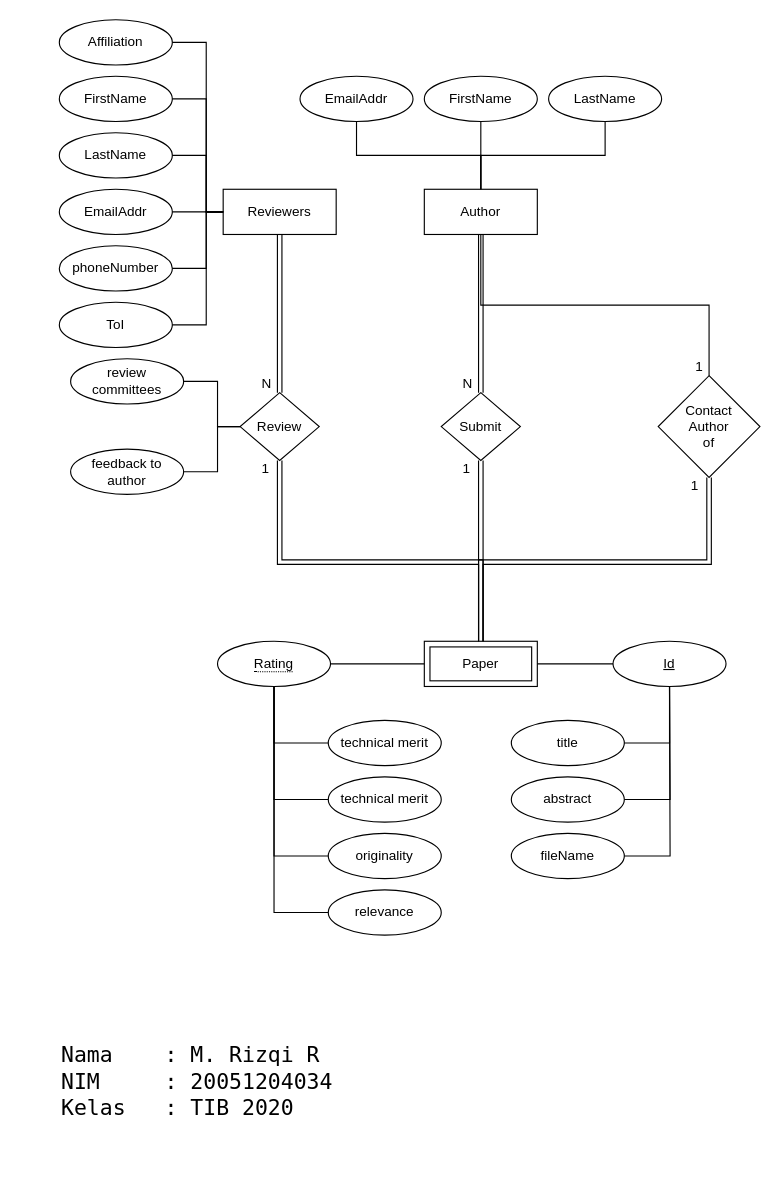
Rizqirazkafi/kuliah-y2 keeps this draw.io diagram as basis-data/Tugas BD 1.drawio. Above is the earlier version. Source tidied: cells renumbered, new cells numbered last; positions are measured from the earlier drawing's top-left corner, leaving out a move shared by most shapes. Both pictures are drawn from the tidied source at 113%, with x=0, y=0 at pixel (59, 19).
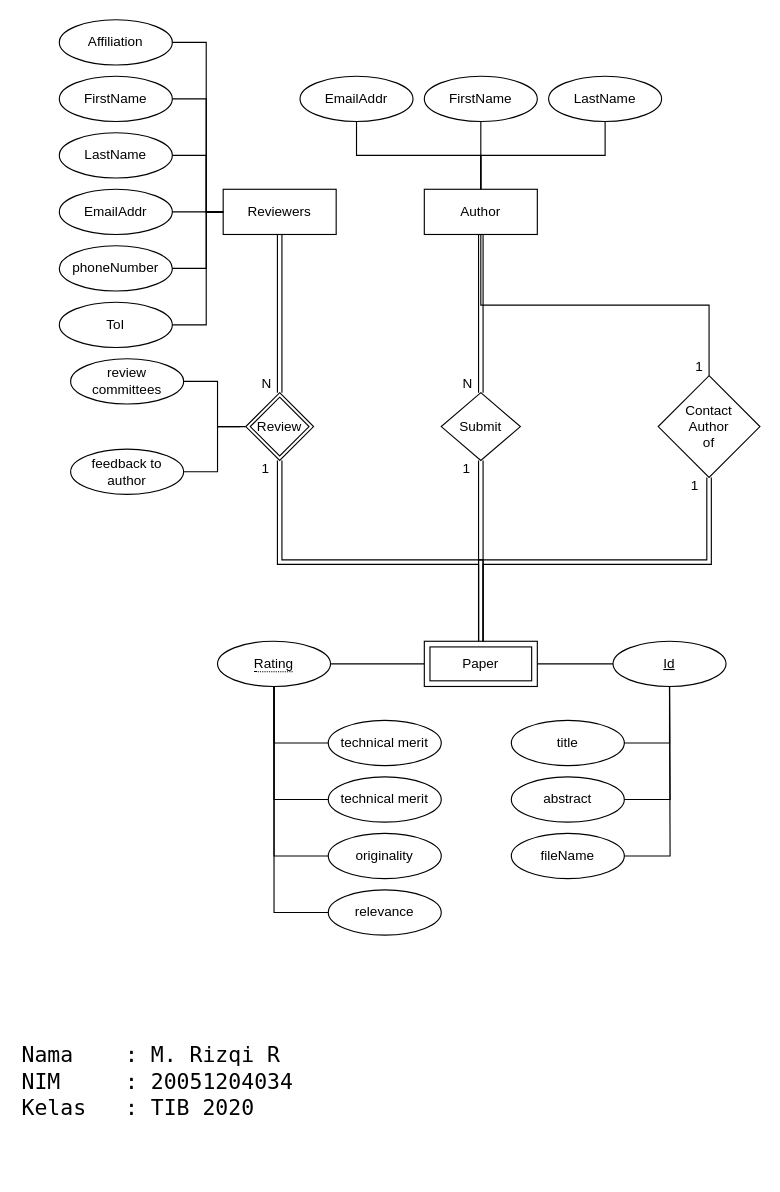
The same page after the edit.

Unchanged cells that the change refers to:
```xml
<mxCell id="34" value="review committees" style="ellipse;whiteSpace=wrap;html=1;align=center;" parent="1" vertex="1">
  <mxGeometry x="10" y="300" width="100" height="40" as="geometry" />
</mxCell>
<mxCell id="35" value="feedback to author" style="ellipse;whiteSpace=wrap;html=1;align=center;" parent="1" vertex="1">
  <mxGeometry x="10" y="380" width="100" height="40" as="geometry" />
</mxCell>
```

What changed in the source:
```diff
@@
-    <mxCell id="20" value="&lt;div&gt;Review&lt;/div&gt;" style="shape=rhombus;perimeter=rhombusPerimeter;whiteSpace=wrap;html=1;align=center;" parent="1" vertex="1">
-      <mxGeometry x="160" y="330" width="70" height="60" as="geometry" />
-    </mxCell>
@@
-    <mxCell id="36" style="endArrow=none;html=1;rounded=0;exitX=1;exitY=0.5;exitDx=0;exitDy=0;entryX=0;entryY=0.5;entryDx=0;entryDy=0;edgeStyle=orthogonalEdgeStyle;" parent="1" edge="1" source="34" target="20">
+    <mxCell id="36" style="endArrow=none;html=1;rounded=0;exitX=1;exitY=0.5;exitDx=0;exitDy=0;entryX=0;entryY=0.5;entryDx=0;entryDy=0;edgeStyle=orthogonalEdgeStyle;" parent="1" edge="1" source="34">
       <mxGeometry relative="1" as="geometry">
+        <mxPoint x="160" y="360" as="targetPoint" />
         <Array as="points">
           <mxPoint x="140" y="320" />
           <mxPoint x="140" y="360" />
         </Array>
       </mxGeometry>
     </mxCell>
-    <mxCell id="37" style="endArrow=none;html=1;rounded=0;exitX=1;exitY=0.5;exitDx=0;exitDy=0;entryX=0;entryY=0.5;entryDx=0;entryDy=0;edgeStyle=orthogonalEdgeStyle;" parent="1" edge="1" source="35">
+    <mxCell id="37" style="endArrow=none;html=1;rounded=0;exitX=1;exitY=0.5;exitDx=0;exitDy=0;entryX=0;entryY=0.5;entryDx=0;entryDy=0;edgeStyle=orthogonalEdgeStyle;" parent="1" edge="1" source="35" target="20">
       <mxGeometry relative="1" as="geometry">
-        <mxPoint x="160" y="360" as="targetPoint" />
         <Array as="points">
           <mxPoint x="140" y="400" />
           <mxPoint x="140" y="360" />
         </Array>
       </mxGeometry>
     </mxCell>
@@
     <mxCell id="60" value="&lt;div style=&quot;font-size: 19px&quot;&gt;&lt;font style=&quot;font-size: 19px&quot; face=&quot;Lucida Console&quot;&gt;Nama&amp;nbsp;&amp;nbsp;&amp;nbsp; : M. Rizqi R&lt;/font&gt;&lt;/div&gt;&lt;div style=&quot;font-size: 19px&quot;&gt;&lt;font style=&quot;font-size: 19px&quot; face=&quot;Lucida Console&quot;&gt;NIM&amp;nbsp;&amp;nbsp;&amp;nbsp;&amp;nbsp; : 20051204034&lt;br&gt;Kelas&amp;nbsp;&amp;nbsp; : TIB 2020&lt;br&gt;&lt;/font&gt;&lt;/div&gt;" style="text;html=1;strokeColor=none;fillColor=none;align=left;verticalAlign=middle;whiteSpace=wrap;rounded=0;" parent="1" vertex="1">
-      <mxGeometry y="860" width="260" height="160" as="geometry" />
+      <mxGeometry x="-35" y="860" width="260" height="160" as="geometry" />
     </mxCell>
+    <mxCell id="20" value="Review" style="shape=rhombus;double=1;perimeter=rhombusPerimeter;whiteSpace=wrap;html=1;align=center;" parent="1" vertex="1">
+      <mxGeometry x="165" y="330" width="60" height="60" as="geometry" />
+    </mxCell>
```
